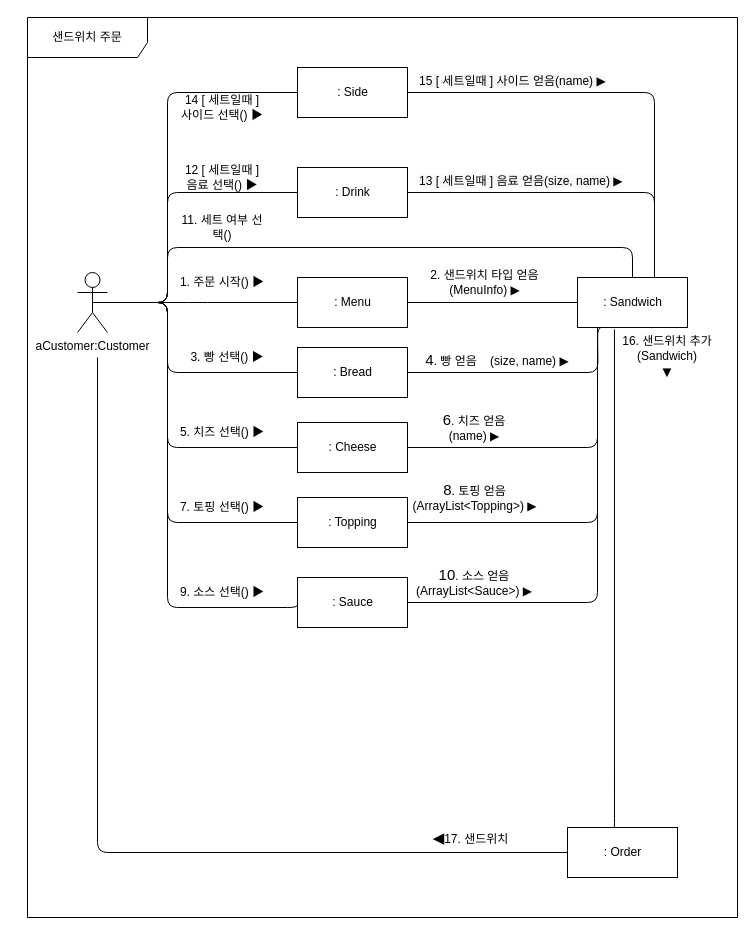
This is 상세명세서/Behavioral Model/communication diagram/select sandwich2.drawio from distroytest/KNUSD-20202-Team05, a draw.io file, before an edit. Source tidied: cells renumbered, new cells numbered last; positions are measured from the earlier drawing's top-left corner, leaving out a move shared by most shapes. Both pictures are drawn from the tidied source at 100%, with x=0, y=0 at pixel (27, 17).
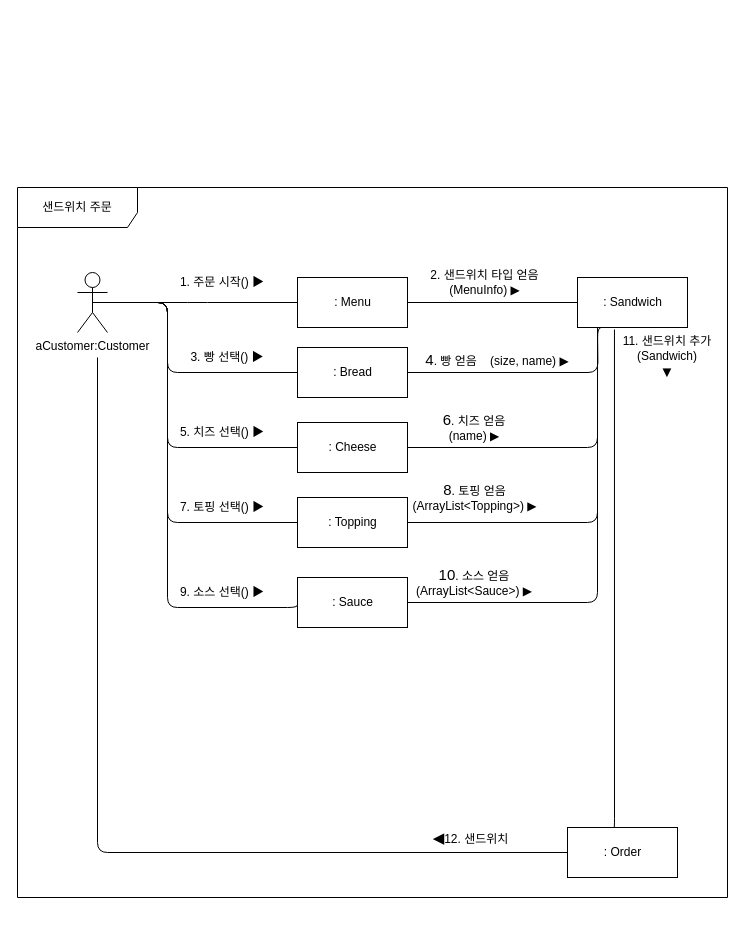
After the change.

Unchanged cells that the change refers to:
```xml
<mxCell id="2" value="aCustomer:Customer" style="shape=umlActor;verticalLabelPosition=bottom;verticalAlign=top;html=1;" parent="1" vertex="1">
  <mxGeometry x="50" y="255" width="30" height="60" as="geometry" />
</mxCell>
<mxCell id="6" value=": Sandwich" style="html=1;" parent="1" vertex="1">
  <mxGeometry x="550" y="260" width="110" height="50" as="geometry" />
</mxCell>
```

What changed in the source:
```diff
@@
     <mxCell id="11" value="샌드위치 주문" style="shape=umlFrame;whiteSpace=wrap;html=1;width=120;height=40;" parent="1" vertex="1">
-      <mxGeometry width="710" height="900" as="geometry" />
+      <mxGeometry x="-10" y="170" width="710" height="710" as="geometry" />
     </mxCell>
@@
-    <mxCell id="25" style="endArrow=none;html=1;edgeStyle=orthogonalEdgeStyle;exitX=1;exitY=0.5;exitDx=0;exitDy=0;entryX=0.7;entryY=-0.04;entryDx=0;entryDy=0;entryPerimeter=0;" parent="1" edge="1" source="37" target="6">
-      <mxGeometry relative="1" as="geometry">
-        <Array as="points">
-          <mxPoint x="627" y="175" />
-        </Array>
-      </mxGeometry>
-    </mxCell>
@@
-    <mxCell id="34" style="endArrow=none;html=1;edgeStyle=orthogonalEdgeStyle;exitX=0.5;exitY=0.5;exitDx=0;exitDy=0;exitPerimeter=0;entryX=0.5;entryY=0;entryDx=0;entryDy=0;" parent="1" edge="1" source="2" target="6">
-      <mxGeometry relative="1" as="geometry">
-        <Array as="points">
-          <mxPoint x="140" y="285" />
-          <mxPoint x="140" y="230" />
-          <mxPoint x="605" y="230" />
-        </Array>
-      </mxGeometry>
-    </mxCell>
-    <mxCell id="35" value="11. 세트 여부 선택()" style="text;html=1;strokeColor=none;fillColor=none;align=center;verticalAlign=middle;whiteSpace=wrap;rounded=0;" parent="1" vertex="1">
-      <mxGeometry x="150" y="200" width="90" height="20" as="geometry" />
-    </mxCell>
-    <mxCell id="36" value=": Side" style="html=1;" parent="1" vertex="1">
-      <mxGeometry x="270" y="50" width="110" height="50" as="geometry" />
-    </mxCell>
-    <mxCell id="37" value=": Drink" style="html=1;" parent="1" vertex="1">
-      <mxGeometry x="270" y="150" width="110" height="50" as="geometry" />
-    </mxCell>
-    <mxCell id="38" style="endArrow=none;html=1;edgeStyle=orthogonalEdgeStyle;entryX=0;entryY=0.5;entryDx=0;entryDy=0;exitX=0.5;exitY=0.5;exitDx=0;exitDy=0;exitPerimeter=0;" parent="1" edge="1" source="2" target="37">
-      <mxGeometry relative="1" as="geometry">
-        <Array as="points">
-          <mxPoint x="140" y="285" />
-          <mxPoint x="140" y="175" />
-        </Array>
-      </mxGeometry>
-    </mxCell>
-    <mxCell id="39" style="endArrow=none;html=1;edgeStyle=orthogonalEdgeStyle;entryX=0;entryY=0.5;entryDx=0;entryDy=0;exitX=0.5;exitY=0.5;exitDx=0;exitDy=0;exitPerimeter=0;" parent="1" edge="1" source="2" target="36">
-      <mxGeometry relative="1" as="geometry">
-        <Array as="points">
-          <mxPoint x="140" y="285" />
-          <mxPoint x="140" y="75" />
-        </Array>
-      </mxGeometry>
-    </mxCell>
-    <mxCell id="40" value="12 [ 세트일때 ] 음료 선택() ▶" style="text;html=1;strokeColor=none;fillColor=none;align=center;verticalAlign=middle;whiteSpace=wrap;rounded=0;" parent="1" vertex="1">
-      <mxGeometry x="150" y="150" width="90" height="20" as="geometry" />
-    </mxCell>
-    <mxCell id="41" value="14 [ 세트일때 ] 사이드 선택() ▶" style="text;html=1;strokeColor=none;fillColor=none;align=center;verticalAlign=middle;whiteSpace=wrap;rounded=0;" parent="1" vertex="1">
-      <mxGeometry x="150" y="80" width="90" height="20" as="geometry" />
-    </mxCell>
-    <mxCell id="42" style="endArrow=none;html=1;edgeStyle=orthogonalEdgeStyle;entryX=0.7;entryY=0;entryDx=0;entryDy=0;entryPerimeter=0;exitX=1;exitY=0.5;exitDx=0;exitDy=0;" parent="1" edge="1" source="36" target="6">
-      <mxGeometry relative="1" as="geometry">
-        <Array as="points">
-          <mxPoint x="627" y="75" />
-        </Array>
-      </mxGeometry>
-    </mxCell>
-    <mxCell id="43" value="&lt;span style=&quot;color: rgb(0 , 0 , 0) ; font-family: &amp;#34;helvetica&amp;#34; ; font-size: 12px ; font-style: normal ; font-weight: 400 ; letter-spacing: normal ; text-align: center ; text-indent: 0px ; text-transform: none ; word-spacing: 0px ; background-color: rgb(248 , 249 , 250) ; display: inline ; float: none&quot;&gt;13 [ 세트일때 ] 음료 얻음(size, name) ▶&lt;/span&gt;" style="text;whiteSpace=wrap;html=1;" parent="1" vertex="1">
-      <mxGeometry x="390" y="150" width="230" height="30" as="geometry" />
-    </mxCell>
-    <mxCell id="44" value="&lt;span style=&quot;color: rgb(0 , 0 , 0) ; font-family: &amp;#34;helvetica&amp;#34; ; font-size: 12px ; font-style: normal ; font-weight: 400 ; letter-spacing: normal ; text-align: center ; text-indent: 0px ; text-transform: none ; word-spacing: 0px ; background-color: rgb(248 , 249 , 250) ; display: inline ; float: none&quot;&gt;15 [ 세트일때 ] 사이드 얻음(name) ▶&lt;/span&gt;" style="text;whiteSpace=wrap;html=1;" parent="1" vertex="1">
-      <mxGeometry x="390" y="50" width="212.8" height="30" as="geometry" />
-    </mxCell>
-    <mxCell id="45" value="16. 샌드위치 추가(Sandwich)&lt;br&gt;&lt;span style=&quot;font-family: , sans-serif ; font-size: 15px ; background-color: rgb(255 , 255 , 255)&quot;&gt;▼&lt;/span&gt;" style="text;html=1;strokeColor=none;fillColor=none;align=center;verticalAlign=middle;whiteSpace=wrap;rounded=0;" parent="1" vertex="1">
+    <mxCell id="45" value="11. 샌드위치 추가(Sandwich)&lt;br&gt;&lt;span style=&quot;font-family: , sans-serif ; font-size: 15px ; background-color: rgb(255 , 255 , 255)&quot;&gt;▼&lt;/span&gt;" style="text;html=1;strokeColor=none;fillColor=none;align=center;verticalAlign=middle;whiteSpace=wrap;rounded=0;" parent="1" vertex="1">
       <mxGeometry x="590" y="330" width="100" height="20" as="geometry" />
     </mxCell>
-    <mxCell id="46" value="&lt;span style=&quot;font-family: , sans-serif ; font-size: 15px ; background-color: rgb(255 , 255 , 255)&quot;&gt;◀&lt;/span&gt;17. 샌드위치" style="text;html=1;strokeColor=none;fillColor=none;align=center;verticalAlign=middle;whiteSpace=wrap;rounded=0;" parent="1" vertex="1">
+    <mxCell id="46" value="&lt;span style=&quot;font-family: , sans-serif ; font-size: 15px ; background-color: rgb(255 , 255 , 255)&quot;&gt;◀&lt;/span&gt;12. 샌드위치" style="text;html=1;strokeColor=none;fillColor=none;align=center;verticalAlign=middle;whiteSpace=wrap;rounded=0;" parent="1" vertex="1">
       <mxGeometry x="397" y="810" width="93" height="20" as="geometry" />
     </mxCell>
```
